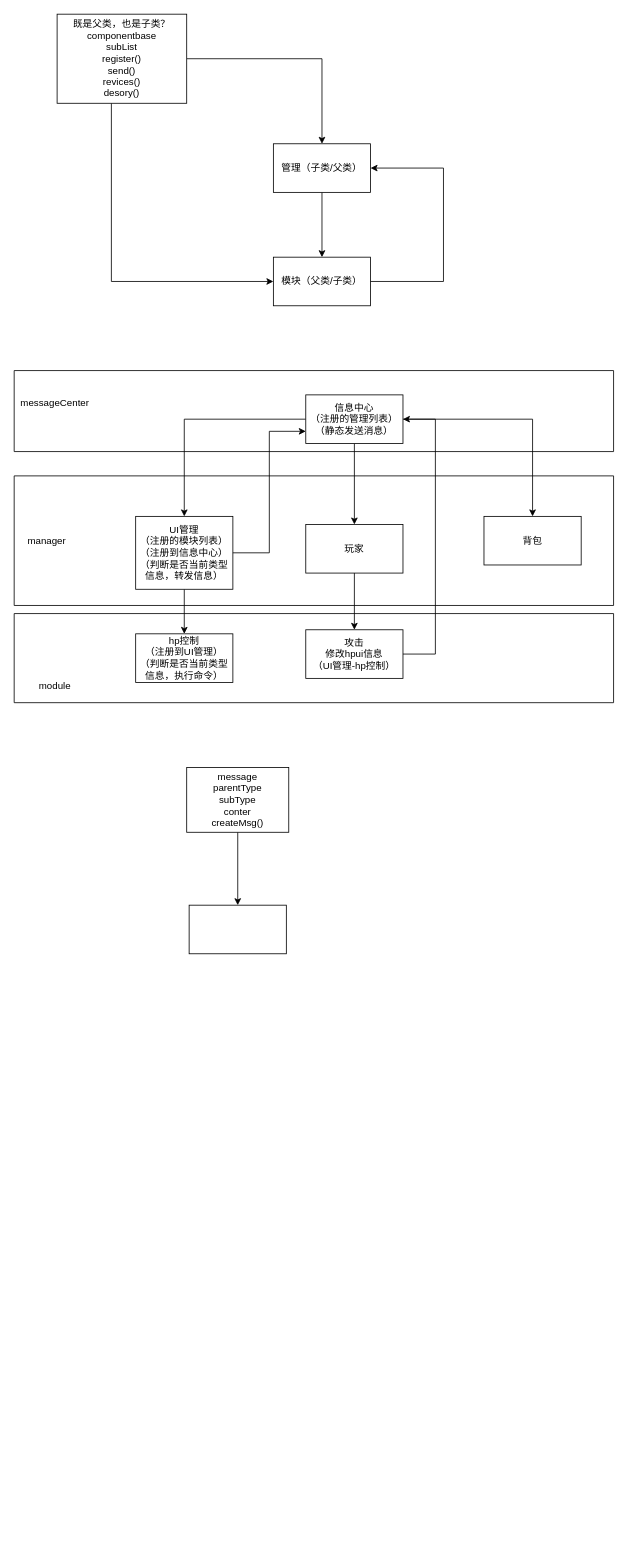
605682883/flowPhoto keeps this draw.io diagram as page "消息框架" (3 of 3) of Untitled Diagram.drawio. Above is the earlier version. Source tidied: cells renumbered, new cells numbered last; positions are measured from the earlier drawing's top-left corner, leaving out a move shared by most shapes. Both pictures are drawn from the tidied source at 81%, with x=0, y=0 at pixel (14, 14).
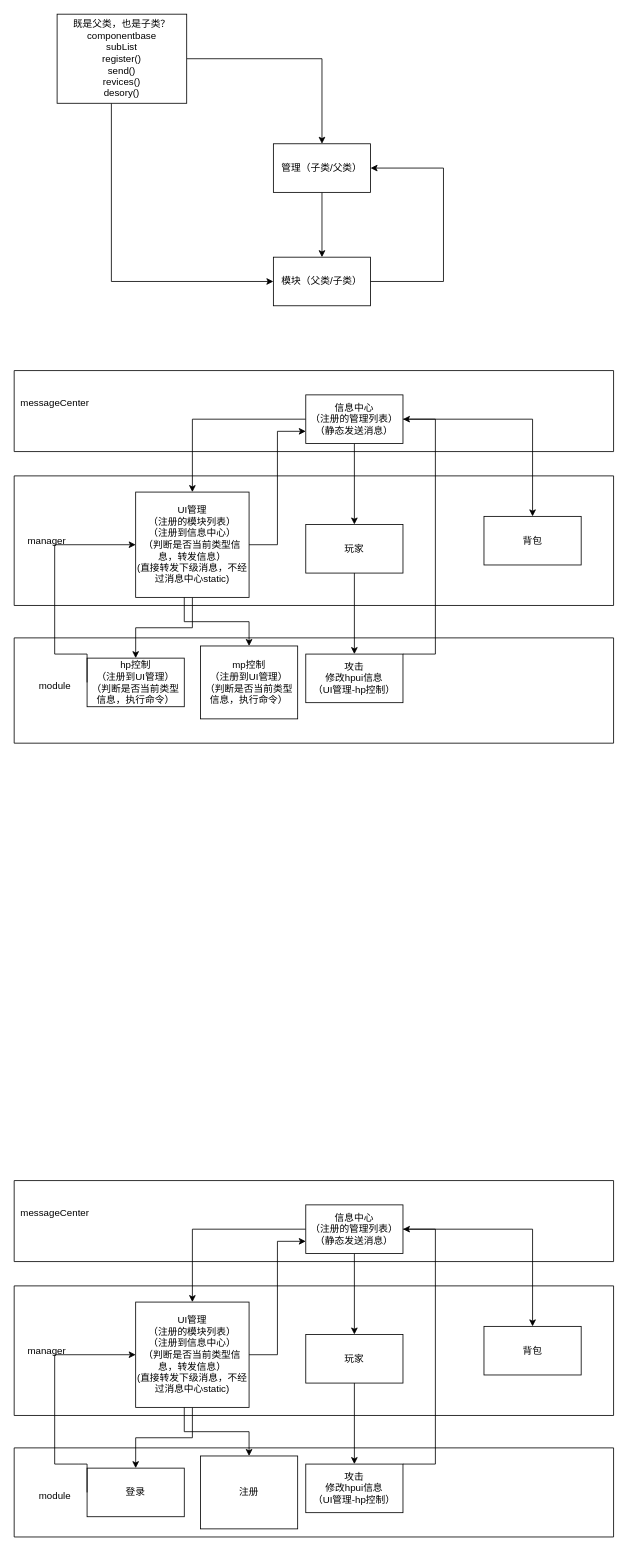
The same page after the edit.

The change refers to these unchanged cells:
```xml
<mxCell id="16" style="swimlane;startSize=0;" parent="1" vertex="1">
  <mxGeometry y="570" width="740" height="160" as="geometry" />
</mxCell>
```

Change to the diagram source:
```diff
@@
-    <mxCell id="2" style="edgeStyle=orthogonalEdgeStyle;rounded=0;jettySize=auto;html=1;" parent="1" edge="1" source="3" target="4">
-      <mxGeometry relative="1" as="geometry" />
-    </mxCell>
-    <mxCell id="3" value="message&lt;br&gt;parentType&lt;br&gt;subType&lt;br&gt;conter&lt;br&gt;createMsg()" style="rounded=0;whiteSpace=wrap;html=1;" parent="1" vertex="1">
-      <mxGeometry x="213" y="930" width="126" height="80" as="geometry" />
-    </mxCell>
-    <mxCell id="4" style="whiteSpace=wrap;html=1;rounded=0;" parent="1" vertex="1">
-      <mxGeometry x="216" y="1100" width="120" height="60" as="geometry" />
-    </mxCell>
@@
-    <mxCell id="17" value="UI管理&lt;br&gt;（注册的模块列表）&lt;br&gt;（注册到信息中心）&lt;br&gt;（判断是否当前类型信息，转发信息）&lt;br&gt;" style="rounded=0;whiteSpace=wrap;html=1;" parent="16" vertex="1">
-      <mxGeometry x="150" y="50" width="120" height="90" as="geometry" />
+    <mxCell id="17" value="UI管理&lt;br&gt;（注册的模块列表）&lt;br&gt;（注册到信息中心）&lt;br&gt;（判断是否当前类型信息，转发信息）&lt;br&gt;(直接转发下级消息，不经过消息中心static)" style="rounded=0;whiteSpace=wrap;html=1;" parent="16" vertex="1">
+      <mxGeometry x="150" y="20" width="140" height="130" as="geometry" />
     </mxCell>
@@
     <mxCell id="21" style="swimlane;startSize=0;" parent="1" vertex="1">
-      <mxGeometry y="740" width="740" height="110" as="geometry" />
+      <mxGeometry y="770" width="740" height="130" as="geometry" />
     </mxCell>
     <mxCell id="22" value="hp控制&lt;br&gt;（注册到UI管理）&lt;br&gt;（判断是否当前类型信息，执行命令）" style="rounded=0;whiteSpace=wrap;html=1;" parent="21" vertex="1">
-      <mxGeometry x="150" y="25" width="120" height="60" as="geometry" />
+      <mxGeometry x="90" y="25" width="120" height="60" as="geometry" />
     </mxCell>
@@
+    <mxCell id="31" value="mp控制&lt;br&gt;（注册到UI管理）&lt;br&gt;（判断是否当前类型信息，执行命令）" style="rounded=0;whiteSpace=wrap;html=1;" parent="21" vertex="1">
+      <mxGeometry x="230" y="10" width="120" height="90" as="geometry" />
+    </mxCell>
@@
+    <mxCell id="32" style="edgeStyle=orthogonalEdgeStyle;rounded=0;jettySize=auto;html=1;entryX=0;entryY=0.5;entryDx=0;entryDy=0;exitX=0;exitY=0.5;exitDx=0;exitDy=0;" parent="1" edge="1" source="22" target="17">
+      <mxGeometry relative="1" as="geometry">
+        <Array as="points">
+          <mxPoint x="80" y="790" />
+          <mxPoint x="50" y="790" />
+          <mxPoint x="50" y="665" />
+        </Array>
+      </mxGeometry>
+    </mxCell>
+    <mxCell id="33" style="edgeStyle=orthogonalEdgeStyle;rounded=0;jettySize=auto;html=1;" parent="1" edge="1" source="17" target="31">
+      <mxGeometry relative="1" as="geometry">
+        <Array as="points">
+          <mxPoint x="210" y="750" />
+          <mxPoint x="290" y="750" />
+        </Array>
+      </mxGeometry>
+    </mxCell>
+    <mxCell id="34" style="edgeStyle=orthogonalEdgeStyle;rounded=0;jettySize=auto;html=1;" parent="1" edge="1" source="49" target="39">
+      <mxGeometry relative="1" as="geometry" />
+    </mxCell>
+    <mxCell id="35" style="edgeStyle=orthogonalEdgeStyle;rounded=0;jettySize=auto;html=1;" parent="1" edge="1" source="49" target="40">
+      <mxGeometry relative="1" as="geometry" />
+    </mxCell>
+    <mxCell id="36" style="edgeStyle=orthogonalEdgeStyle;rounded=0;jettySize=auto;html=1;" parent="1" edge="1" source="49" target="41">
+      <mxGeometry relative="1" as="geometry" />
+    </mxCell>
+    <mxCell id="37" style="edgeStyle=orthogonalEdgeStyle;rounded=0;jettySize=auto;html=1;" parent="1" edge="1" source="39" target="44">
+      <mxGeometry relative="1" as="geometry" />
+    </mxCell>
+    <mxCell id="38" style="swimlane;startSize=0;" parent="1" vertex="1">
+      <mxGeometry y="1570" width="740" height="160" as="geometry" />
+    </mxCell>
+    <mxCell id="39" value="UI管理&lt;br&gt;（注册的模块列表）&lt;br&gt;（注册到信息中心）&lt;br&gt;（判断是否当前类型信息，转发信息）&lt;br&gt;(直接转发下级消息，不经过消息中心static)" style="rounded=0;whiteSpace=wrap;html=1;" parent="38" vertex="1">
+      <mxGeometry x="150" y="20" width="140" height="130" as="geometry" />
+    </mxCell>
+    <mxCell id="40" value="玩家" style="rounded=0;whiteSpace=wrap;html=1;" parent="38" vertex="1">
+      <mxGeometry x="360" y="60" width="120" height="60" as="geometry" />
+    </mxCell>
+    <mxCell id="41" value="背包" style="rounded=0;whiteSpace=wrap;html=1;" parent="38" vertex="1">
+      <mxGeometry x="580" y="50" width="120" height="60" as="geometry" />
+    </mxCell>
+    <mxCell id="42" value="manager" style="text;html=1;align=center;verticalAlign=middle;strokeColor=none;fillColor=none;" parent="1" vertex="1">
+      <mxGeometry x="10" y="1640" width="60" height="20" as="geometry" />
+    </mxCell>
+    <mxCell id="43" style="swimlane;startSize=0;" parent="1" vertex="1">
+      <mxGeometry y="1770" width="740" height="110" as="geometry" />
+    </mxCell>
+    <mxCell id="44" value="登录" style="rounded=0;whiteSpace=wrap;html=1;" parent="43" vertex="1">
+      <mxGeometry x="90" y="25" width="120" height="60" as="geometry" />
+    </mxCell>
+    <mxCell id="45" value="攻击&lt;br&gt;修改hpui信息&lt;br&gt;（UI管理-hp控制）" style="rounded=0;whiteSpace=wrap;html=1;" parent="43" vertex="1">
+      <mxGeometry x="360" y="20" width="120" height="60" as="geometry" />
+    </mxCell>
+    <mxCell id="46" value="注册" style="rounded=0;whiteSpace=wrap;html=1;" parent="43" vertex="1">
+      <mxGeometry x="230" y="10" width="120" height="90" as="geometry" />
+    </mxCell>
+    <mxCell id="47" value="module" style="text;html=1;align=center;verticalAlign=middle;strokeColor=none;fillColor=none;" parent="1" vertex="1">
+      <mxGeometry x="25" y="1820" width="50" height="20" as="geometry" />
+    </mxCell>
+    <mxCell id="48" style="swimlane;startSize=0;" parent="1" vertex="1">
+      <mxGeometry y="1440" width="740" height="100" as="geometry" />
+    </mxCell>
+    <mxCell id="49" value="信息中心&lt;br&gt;（注册的管理列表）&lt;br&gt;（静态发送消息）" style="rounded=0;whiteSpace=wrap;html=1;" parent="48" vertex="1">
+      <mxGeometry x="360" y="30" width="120" height="60" as="geometry" />
+    </mxCell>
+    <mxCell id="50" value="messageCenter" style="text;html=1;align=center;verticalAlign=middle;strokeColor=none;fillColor=none;" parent="1" vertex="1">
+      <mxGeometry y="1470" width="100" height="20" as="geometry" />
+    </mxCell>
+    <mxCell id="51" style="edgeStyle=orthogonalEdgeStyle;rounded=0;jettySize=auto;html=1;" parent="1" edge="1" source="40" target="45">
+      <mxGeometry relative="1" as="geometry" />
+    </mxCell>
+    <mxCell id="52" style="edgeStyle=orthogonalEdgeStyle;rounded=0;jettySize=auto;html=1;" parent="1" edge="1" source="45" target="49">
+      <mxGeometry relative="1" as="geometry">
+        <Array as="points">
+          <mxPoint x="520" y="1790" />
+          <mxPoint x="520" y="1500" />
+        </Array>
+      </mxGeometry>
+    </mxCell>
+    <mxCell id="53" style="edgeStyle=orthogonalEdgeStyle;rounded=0;jettySize=auto;html=1;entryX=0;entryY=0.75;entryDx=0;entryDy=0;" parent="1" edge="1" source="39" target="49">
+      <mxGeometry relative="1" as="geometry" />
+    </mxCell>
+    <mxCell id="54" style="edgeStyle=orthogonalEdgeStyle;rounded=0;jettySize=auto;html=1;entryX=0;entryY=0.5;entryDx=0;entryDy=0;exitX=0;exitY=0.5;exitDx=0;exitDy=0;" parent="1" edge="1" source="44" target="39">
+      <mxGeometry relative="1" as="geometry">
+        <Array as="points">
+          <mxPoint x="80" y="1790" />
+          <mxPoint x="50" y="1790" />
+          <mxPoint x="50" y="1665" />
+        </Array>
+      </mxGeometry>
+    </mxCell>
+    <mxCell id="55" style="edgeStyle=orthogonalEdgeStyle;rounded=0;jettySize=auto;html=1;" parent="1" edge="1" source="39" target="46">
+      <mxGeometry relative="1" as="geometry">
+        <Array as="points">
+          <mxPoint x="210" y="1750" />
+          <mxPoint x="290" y="1750" />
+        </Array>
+      </mxGeometry>
+    </mxCell>
```
